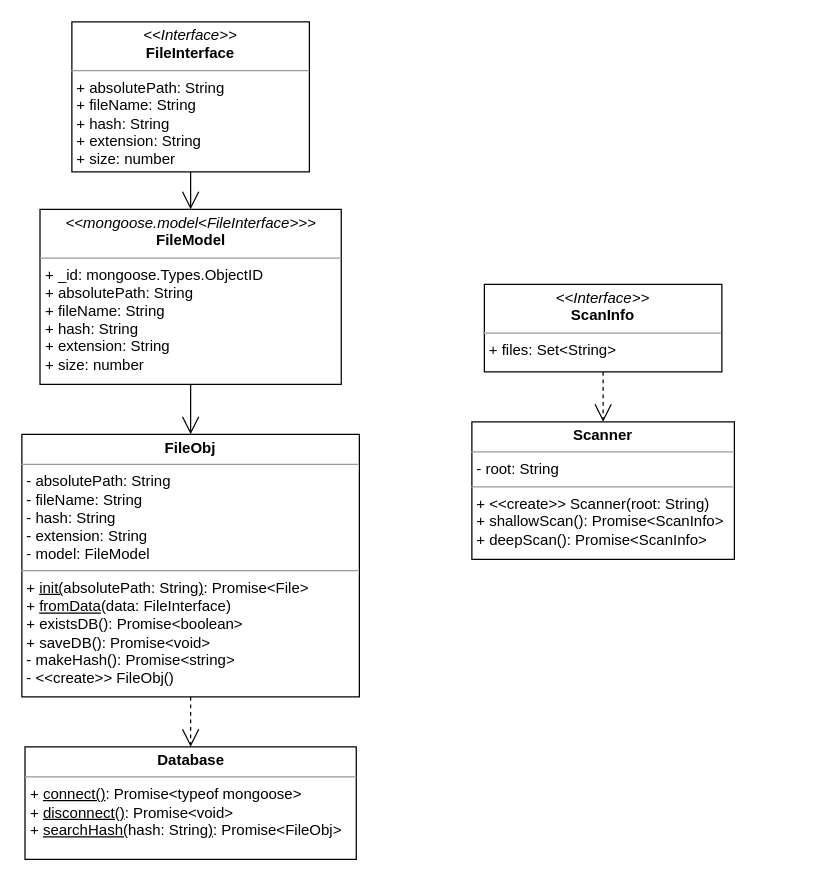
This is bfs-core.drawio from jm0ran/bfs-core, a draw.io file, before an edit. Source tidied: cells renumbered, new cells numbered last; positions are measured from the earlier drawing's top-left corner, leaving out a move shared by most shapes. Both pictures are drawn from the tidied source at 125%, with x=0, y=0 at pixel (21, 21).
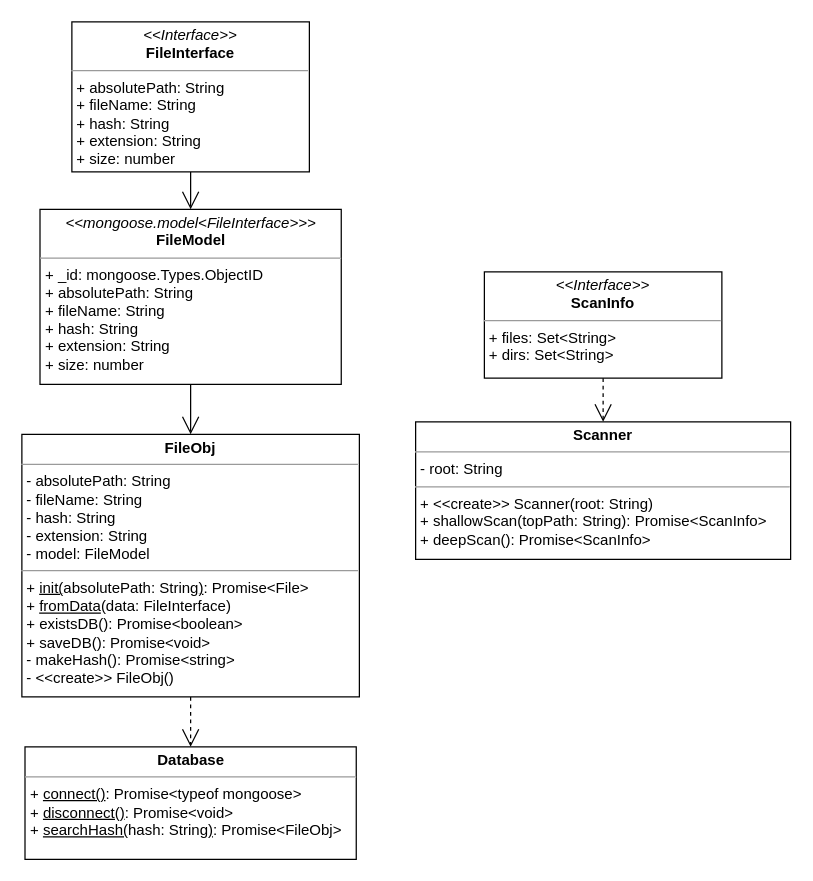
After the change.

Commit message (it also covers changes not shown here):
shallowScan complete

What changed in the source:
```diff
@@
 <mxGraphModel>
   <root>
     <mxCell id="0" />
     <mxCell id="1" parent="0" />
     <mxCell id="2" value="&lt;p style=&quot;margin: 0px ; margin-top: 4px ; text-align: center&quot;&gt;&lt;b&gt;FileObj&lt;/b&gt;&lt;/p&gt;&lt;hr size=&quot;1&quot;&gt;&lt;p style=&quot;margin: 0px ; margin-left: 4px&quot;&gt;- absolutePath: String&lt;br&gt;- fileName: String&lt;/p&gt;&lt;p style=&quot;margin: 0px ; margin-left: 4px&quot;&gt;- hash: String&lt;/p&gt;&lt;p style=&quot;margin: 0px ; margin-left: 4px&quot;&gt;- extension: String&lt;/p&gt;&lt;p style=&quot;margin: 0px ; margin-left: 4px&quot;&gt;- model: FileModel&lt;/p&gt;&lt;hr size=&quot;1&quot;&gt;&lt;p style=&quot;margin: 0px ; margin-left: 4px&quot;&gt;&lt;span&gt;+ &lt;/span&gt;&lt;u&gt;init(&lt;/u&gt;&lt;span&gt;absolutePath: String&lt;/span&gt;&lt;u&gt;)&lt;/u&gt;&lt;span&gt;: Promise&amp;lt;File&amp;gt;&lt;/span&gt;&lt;br&gt;&lt;/p&gt;&lt;p style=&quot;margin: 0px ; margin-left: 4px&quot;&gt;+ &lt;u&gt;fromData&lt;/u&gt;(data: FileInterface)&lt;/p&gt;&lt;p style=&quot;margin: 0px ; margin-left: 4px&quot;&gt;+ existsDB(): Promise&amp;lt;boolean&amp;gt;&lt;/p&gt;&lt;p style=&quot;margin: 0px ; margin-left: 4px&quot;&gt;+ saveDB(): Promise&amp;lt;void&amp;gt;&lt;/p&gt;&lt;p style=&quot;margin: 0px 0px 0px 4px&quot;&gt;- makeHash(): Promise&amp;lt;string&amp;gt;&lt;/p&gt;&lt;p style=&quot;margin: 0px 0px 0px 4px&quot;&gt;- &amp;lt;&amp;lt;create&amp;gt;&amp;gt; FileObj()&lt;/p&gt;&lt;div&gt;&lt;br&gt;&lt;/div&gt;&lt;p style=&quot;margin: 0px ; margin-left: 4px&quot;&gt;&lt;br&gt;&lt;/p&gt;" style="verticalAlign=top;align=left;overflow=fill;fontSize=12;fontFamily=Helvetica;html=1;" parent="1" vertex="1">
       <mxGeometry y="330" width="270" height="210" as="geometry" />
     </mxCell>
     <mxCell id="3" value="&lt;p style=&quot;margin: 0px ; margin-top: 4px ; text-align: center&quot;&gt;&lt;i&gt;&amp;lt;&amp;lt;mongoose.model&amp;lt;FileInterface&amp;gt;&amp;gt;&amp;gt;&lt;/i&gt;&lt;br&gt;&lt;b&gt;FileModel&lt;/b&gt;&lt;/p&gt;&lt;hr size=&quot;1&quot;&gt;&lt;p style=&quot;margin: 0px ; margin-left: 4px&quot;&gt;+ _id: mongoose.Types.ObjectID&lt;/p&gt;&lt;p style=&quot;margin: 0px ; margin-left: 4px&quot;&gt;+ absolutePath: String&lt;/p&gt;&lt;p style=&quot;margin: 0px ; margin-left: 4px&quot;&gt;+ fileName: String&lt;br&gt;+ hash: String&lt;/p&gt;&lt;p style=&quot;margin: 0px ; margin-left: 4px&quot;&gt;+ extension: String&lt;/p&gt;&lt;p style=&quot;margin: 0px ; margin-left: 4px&quot;&gt;+ size: number&lt;/p&gt;" style="verticalAlign=top;align=left;overflow=fill;fontSize=12;fontFamily=Helvetica;html=1;" parent="1" vertex="1">
       <mxGeometry x="14.5" y="150" width="241" height="140" as="geometry" />
     </mxCell>
     <mxCell id="4" value="&lt;p style=&quot;margin: 0px ; margin-top: 4px ; text-align: center&quot;&gt;&lt;i&gt;&amp;lt;&amp;lt;Interface&amp;gt;&amp;gt;&lt;/i&gt;&lt;br&gt;&lt;b&gt;FileInterface&lt;/b&gt;&lt;/p&gt;&lt;hr size=&quot;1&quot;&gt;&lt;p style=&quot;margin: 0px ; margin-left: 4px&quot;&gt;+ absolutePath: String&lt;br&gt;+ fileName: String&lt;/p&gt;&lt;p style=&quot;margin: 0px 0px 0px 4px&quot;&gt;+ hash: String&lt;/p&gt;&lt;p style=&quot;margin: 0px 0px 0px 4px&quot;&gt;+ extension: String&lt;/p&gt;&lt;p style=&quot;margin: 0px 0px 0px 4px&quot;&gt;+ size: number&lt;/p&gt;&lt;p style=&quot;margin: 0px 0px 0px 4px&quot;&gt;&lt;br&gt;&lt;/p&gt;" style="verticalAlign=top;align=left;overflow=fill;fontSize=12;fontFamily=Helvetica;html=1;" parent="1" vertex="1">
       <mxGeometry x="40" width="190" height="120" as="geometry" />
     </mxCell>
     <mxCell id="5" style="endArrow=open;endFill=1;endSize=12;html=1;rounded=0;exitX=0.5;exitY=1;exitDx=0;exitDy=0;entryX=0.5;entryY=0;entryDx=0;entryDy=0;" parent="1" edge="1" source="4" target="3">
       <mxGeometry relative="1" as="geometry" />
     </mxCell>
     <mxCell id="6" style="endArrow=open;endFill=1;endSize=12;html=1;rounded=0;exitX=0.5;exitY=1;exitDx=0;exitDy=0;entryX=0.5;entryY=0;entryDx=0;entryDy=0;" parent="1" edge="1" source="3" target="2">
       <mxGeometry relative="1" as="geometry" />
     </mxCell>
     <mxCell id="7" value="&lt;p style=&quot;margin: 0px ; margin-top: 4px ; text-align: center&quot;&gt;&lt;b&gt;Database&lt;/b&gt;&lt;/p&gt;&lt;hr size=&quot;1&quot;&gt;&lt;p style=&quot;margin: 0px ; margin-left: 4px&quot;&gt;&lt;span&gt;+ &lt;u&gt;connect()&lt;/u&gt;: Promise&amp;lt;typeof mongoose&amp;gt;&lt;/span&gt;&lt;br&gt;&lt;/p&gt;&lt;p style=&quot;margin: 0px ; margin-left: 4px&quot;&gt;+ &lt;u&gt;disconnect()&lt;/u&gt;: Promise&amp;lt;void&amp;gt;&lt;/p&gt;&lt;p style=&quot;margin: 0px ; margin-left: 4px&quot;&gt;+ &lt;u&gt;searchHash(&lt;/u&gt;hash: String&lt;u&gt;)&lt;/u&gt;: Promise&amp;lt;FileObj&amp;gt;&lt;/p&gt;" style="verticalAlign=top;align=left;overflow=fill;fontSize=12;fontFamily=Helvetica;html=1;" parent="1" vertex="1">
       <mxGeometry x="2.5" y="580" width="265" height="90" as="geometry" />
     </mxCell>
     <mxCell id="8" style="endArrow=open;endFill=1;endSize=12;html=1;rounded=0;exitX=0.5;exitY=1;exitDx=0;exitDy=0;entryX=0.5;entryY=0;entryDx=0;entryDy=0;dashed=1;" parent="1" edge="1" source="2" target="7">
       <mxGeometry relative="1" as="geometry" />
     </mxCell>
-    <mxCell id="9" value="&lt;p style=&quot;margin: 0px ; margin-top: 4px ; text-align: center&quot;&gt;&lt;b&gt;Scanner&lt;/b&gt;&lt;/p&gt;&lt;hr size=&quot;1&quot;&gt;&lt;p style=&quot;margin: 0px ; margin-left: 4px&quot;&gt;- root: String&lt;br&gt;&lt;/p&gt;&lt;hr size=&quot;1&quot;&gt;&lt;p style=&quot;margin: 0px ; margin-left: 4px&quot;&gt;+ &amp;lt;&amp;lt;create&amp;gt;&amp;gt; Scanner(root: String)&lt;br&gt;+ shallowScan(): Promise&amp;lt;ScanInfo&amp;gt;&lt;/p&gt;&lt;p style=&quot;margin: 0px ; margin-left: 4px&quot;&gt;+ deepScan(): Promise&amp;lt;ScanInfo&amp;gt;&lt;/p&gt;" style="verticalAlign=top;align=left;overflow=fill;fontSize=12;fontFamily=Helvetica;html=1;" parent="1" vertex="1">
-      <mxGeometry x="360" y="320" width="210" height="110" as="geometry" />
+    <mxCell id="9" value="&lt;p style=&quot;margin: 0px ; margin-top: 4px ; text-align: center&quot;&gt;&lt;b&gt;Scanner&lt;/b&gt;&lt;/p&gt;&lt;hr size=&quot;1&quot;&gt;&lt;p style=&quot;margin: 0px ; margin-left: 4px&quot;&gt;- root: String&lt;br&gt;&lt;/p&gt;&lt;hr size=&quot;1&quot;&gt;&lt;p style=&quot;margin: 0px ; margin-left: 4px&quot;&gt;+ &amp;lt;&amp;lt;create&amp;gt;&amp;gt; Scanner(root: String)&lt;br&gt;+ shallowScan(topPath: String): Promise&amp;lt;ScanInfo&amp;gt;&lt;/p&gt;&lt;p style=&quot;margin: 0px ; margin-left: 4px&quot;&gt;+ deepScan(): Promise&amp;lt;ScanInfo&amp;gt;&lt;/p&gt;" style="verticalAlign=top;align=left;overflow=fill;fontSize=12;fontFamily=Helvetica;html=1;" parent="1" vertex="1">
+      <mxGeometry x="315" y="320" width="300" height="110" as="geometry" />
     </mxCell>
-    <mxCell id="10" value="&lt;p style=&quot;margin: 0px ; margin-top: 4px ; text-align: center&quot;&gt;&lt;i&gt;&amp;lt;&amp;lt;Interface&amp;gt;&amp;gt;&lt;/i&gt;&lt;br&gt;&lt;b&gt;ScanInfo&lt;/b&gt;&lt;/p&gt;&lt;hr size=&quot;1&quot;&gt;&lt;p style=&quot;margin: 0px ; margin-left: 4px&quot;&gt;+ files: Set&amp;lt;String&amp;gt;&lt;br&gt;&lt;/p&gt;&lt;p style=&quot;margin: 0px ; margin-left: 4px&quot;&gt;&lt;br&gt;&lt;/p&gt;&lt;p style=&quot;margin: 0px ; margin-left: 4px&quot;&gt;&lt;br&gt;&lt;/p&gt;" style="verticalAlign=top;align=left;overflow=fill;fontSize=12;fontFamily=Helvetica;html=1;" parent="1" vertex="1">
-      <mxGeometry x="370" y="210" width="190" height="70" as="geometry" />
+    <mxCell id="10" value="&lt;p style=&quot;margin: 0px ; margin-top: 4px ; text-align: center&quot;&gt;&lt;i&gt;&amp;lt;&amp;lt;Interface&amp;gt;&amp;gt;&lt;/i&gt;&lt;br&gt;&lt;b&gt;ScanInfo&lt;/b&gt;&lt;/p&gt;&lt;hr size=&quot;1&quot;&gt;&lt;p style=&quot;margin: 0px ; margin-left: 4px&quot;&gt;+ files: Set&amp;lt;String&amp;gt;&lt;br&gt;&lt;/p&gt;&lt;p style=&quot;margin: 0px ; margin-left: 4px&quot;&gt;+ dirs: Set&amp;lt;String&amp;gt;&lt;/p&gt;&lt;p style=&quot;margin: 0px ; margin-left: 4px&quot;&gt;&lt;br&gt;&lt;/p&gt;&lt;p style=&quot;margin: 0px ; margin-left: 4px&quot;&gt;&lt;br&gt;&lt;/p&gt;&lt;p style=&quot;margin: 0px ; margin-left: 4px&quot;&gt;&lt;br&gt;&lt;/p&gt;" style="verticalAlign=top;align=left;overflow=fill;fontSize=12;fontFamily=Helvetica;html=1;" parent="1" vertex="1">
+      <mxGeometry x="370" y="200" width="190" height="85" as="geometry" />
     </mxCell>
     <mxCell id="11" style="endArrow=open;endSize=12;dashed=1;html=1;rounded=0;exitX=0.5;exitY=1;exitDx=0;exitDy=0;entryX=0.5;entryY=0;entryDx=0;entryDy=0;" parent="1" edge="1" source="10" target="9">
       <mxGeometry relative="1" as="geometry" />
     </mxCell>
   </root>
 </mxGraphModel>
```
